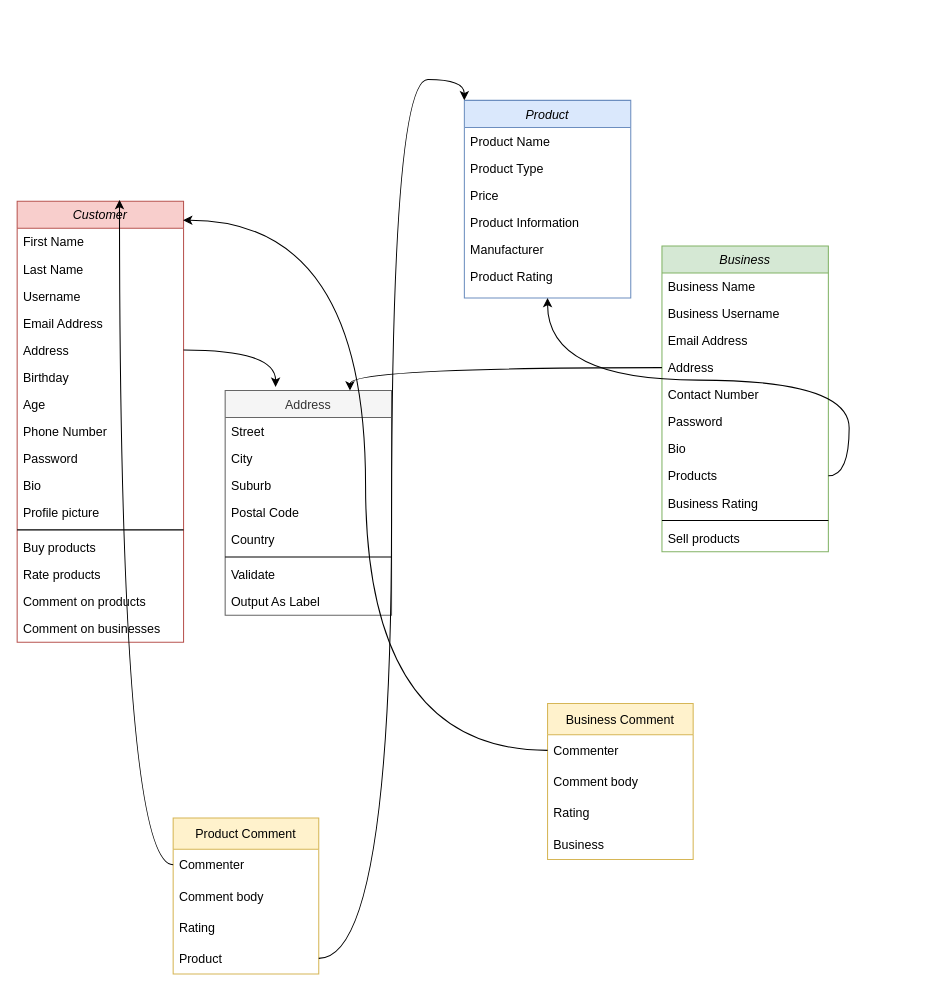
Before: DatabaseLayout.drawio in gdsc-uwc/gdsc_project, a draw.io diagram. Source tidied: cells renumbered, new cells numbered last; positions are measured from the earlier drawing's top-left corner, leaving out a move shared by most shapes. Both pictures are drawn from the tidied source at 104%, with x=0, y=0 at pixel (17, 100).
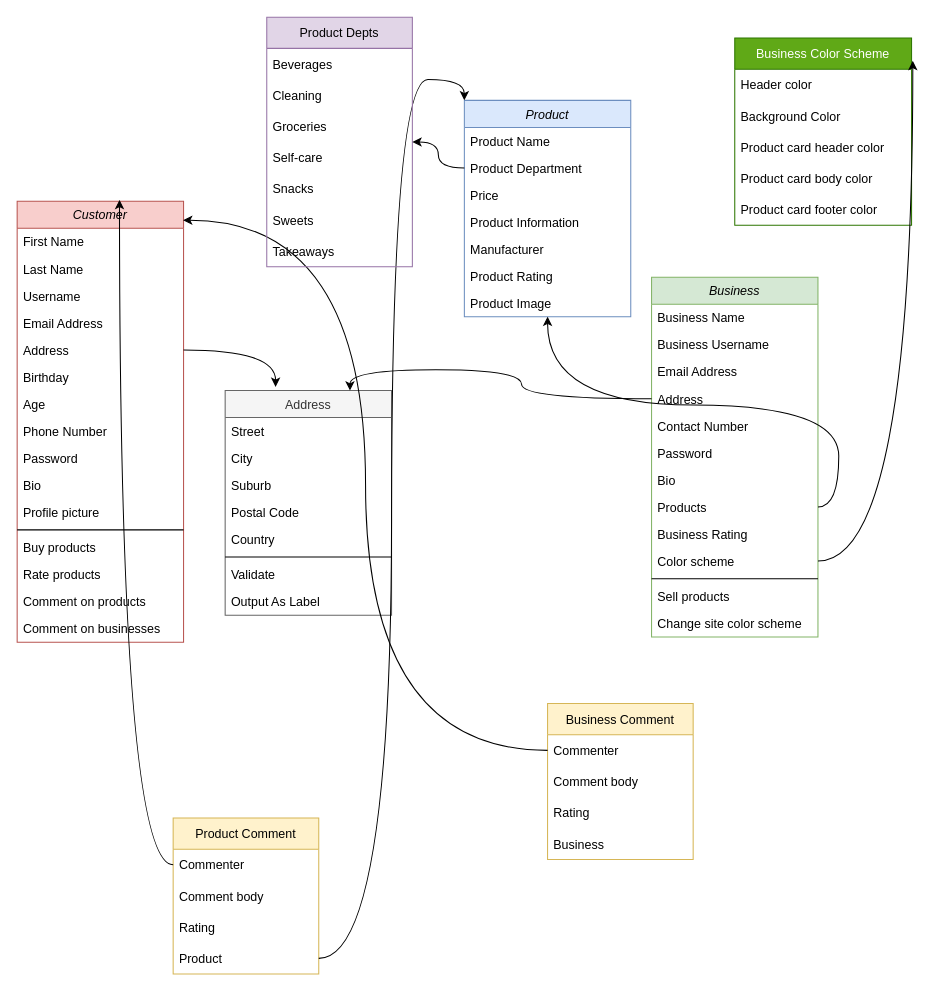
The same page after the edit.

Diff of the diagram source:
```diff
@@
     <mxCell id="19" value="Business" style="swimlane;fontStyle=2;align=center;verticalAlign=top;horizontal=1;startSize=26;rounded=0;shadow=0;strokeWidth=1;fillColor=#d5e8d4;strokeColor=#82b366;" parent="1" vertex="1">
-      <mxGeometry x="620" y="140" width="160" height="294" as="geometry" />
+      <mxGeometry x="610" y="170" width="160" height="346" as="geometry" />
     </mxCell>
@@
+    <mxCell id="63" value="Color scheme" style="text;align=left;verticalAlign=top;spacingLeft=4;spacingRight=4;overflow=hidden;points=[[0,0.5],[1,0.5]];portConstraint=eastwest;rounded=0;shadow=0;html=0;" parent="19" vertex="1">
+      <mxGeometry y="260" width="160" height="26" as="geometry" />
+    </mxCell>
     <mxCell id="29" style="line;html=1;strokeWidth=1;align=left;verticalAlign=middle;spacingTop=-1;spacingLeft=3;spacingRight=3;labelPosition=right;" parent="19" vertex="1">
-      <mxGeometry y="260" width="160" height="8" as="geometry" />
+      <mxGeometry y="286" width="160" height="8" as="geometry" />
     </mxCell>
     <mxCell id="30" value="Sell products" style="text;align=left;verticalAlign=top;spacingLeft=4;spacingRight=4;overflow=hidden;" parent="19" vertex="1">
-      <mxGeometry y="268" width="160" height="26" as="geometry" />
+      <mxGeometry y="294" width="160" height="26" as="geometry" />
     </mxCell>
+    <mxCell id="64" value="Change site color scheme" style="text;align=left;verticalAlign=top;spacingLeft=4;spacingRight=4;overflow=hidden;" parent="19" vertex="1">
+      <mxGeometry y="320" width="160" height="26" as="geometry" />
+    </mxCell>
     <mxCell id="31" value="Product" style="swimlane;fontStyle=2;align=center;verticalAlign=top;horizontal=1;startSize=26;rounded=0;shadow=0;strokeWidth=1;fillColor=#dae8fc;strokeColor=#6c8ebf;" parent="1" vertex="1">
-      <mxGeometry x="430" width="160" height="190" as="geometry" />
+      <mxGeometry x="430" width="160" height="208" as="geometry" />
     </mxCell>
@@
-    <mxCell id="33" value="Product Type" style="text;align=left;verticalAlign=top;spacingLeft=4;spacingRight=4;overflow=hidden;points=[[0,0.5],[1,0.5]];portConstraint=eastwest;rounded=0;shadow=0;html=0;" parent="31" vertex="1">
+    <mxCell id="33" value="Product Department" style="text;align=left;verticalAlign=top;spacingLeft=4;spacingRight=4;overflow=hidden;points=[[0,0.5],[1,0.5]];portConstraint=eastwest;rounded=0;shadow=0;html=0;" parent="31" vertex="1">
       <mxGeometry y="52" width="160" height="26" as="geometry" />
     </mxCell>
@@
+    <mxCell id="65" value="Product Image" style="text;align=left;verticalAlign=top;spacingLeft=4;spacingRight=4;overflow=hidden;rounded=0;shadow=0;html=0;" parent="31" vertex="1">
+      <mxGeometry y="182" width="160" height="26" as="geometry" />
+    </mxCell>
@@
+    <mxCell id="66" value="Product Depts" style="swimlane;fontStyle=0;horizontal=1;startSize=30;fillColor=#e1d5e7;strokeColor=#9673a6;" parent="1" vertex="1">
+      <mxGeometry x="240" y="-80" width="140" height="240" as="geometry" />
+    </mxCell>
+    <mxCell id="67" value="Beverages" style="text;strokeColor=none;fillColor=none;align=left;verticalAlign=middle;spacingLeft=4;spacingRight=4;overflow=hidden;" parent="66" vertex="1">
+      <mxGeometry y="30" width="140" height="30" as="geometry" />
+    </mxCell>
+    <mxCell id="68" value="Cleaning" style="text;strokeColor=none;fillColor=none;align=left;verticalAlign=middle;spacingLeft=4;spacingRight=4;overflow=hidden;" parent="66" vertex="1">
+      <mxGeometry y="60" width="140" height="30" as="geometry" />
+    </mxCell>
+    <mxCell id="69" value="Groceries" style="text;strokeColor=none;fillColor=none;align=left;verticalAlign=middle;spacingLeft=4;spacingRight=4;overflow=hidden;" parent="66" vertex="1">
+      <mxGeometry y="90" width="140" height="30" as="geometry" />
+    </mxCell>
+    <mxCell id="70" value="Self-care" style="text;strokeColor=none;fillColor=none;align=left;verticalAlign=middle;spacingLeft=4;spacingRight=4;overflow=hidden;" parent="66" vertex="1">
+      <mxGeometry y="120" width="140" height="30" as="geometry" />
+    </mxCell>
+    <mxCell id="71" value="Snacks" style="text;strokeColor=none;fillColor=none;align=left;verticalAlign=middle;spacingLeft=4;spacingRight=4;overflow=hidden;" parent="66" vertex="1">
+      <mxGeometry y="150" width="140" height="30" as="geometry" />
+    </mxCell>
+    <mxCell id="72" value="Sweets" style="text;strokeColor=none;fillColor=none;align=left;verticalAlign=middle;spacingLeft=4;spacingRight=4;overflow=hidden;" parent="66" vertex="1">
+      <mxGeometry y="180" width="140" height="30" as="geometry" />
+    </mxCell>
+    <mxCell id="73" value="Takeaways" style="text;strokeColor=none;fillColor=none;align=left;verticalAlign=middle;spacingLeft=4;spacingRight=4;overflow=hidden;" parent="66" vertex="1">
+      <mxGeometry y="210" width="140" height="30" as="geometry" />
+    </mxCell>
+    <mxCell id="74" style="edgeStyle=orthogonalEdgeStyle;rounded=0;jettySize=auto;html=1;exitX=0;exitY=0.5;exitDx=0;exitDy=0;entryX=1;entryY=0.5;entryDx=0;entryDy=0;curved=1;" parent="1" edge="1" source="33" target="66">
+      <mxGeometry relative="1" as="geometry" />
+    </mxCell>
+    <mxCell id="75" value="Business Color Scheme" style="swimlane;fontStyle=0;horizontal=1;startSize=30;fillColor=#60a917;fontColor=#ffffff;strokeColor=#2D7600;" parent="1" vertex="1">
+      <mxGeometry x="690" y="-60" width="170" height="180" as="geometry" />
+    </mxCell>
+    <mxCell id="76" value="Header color" style="text;strokeColor=none;fillColor=none;align=left;verticalAlign=middle;spacingLeft=4;spacingRight=4;overflow=hidden;" parent="75" vertex="1">
+      <mxGeometry y="30" width="170" height="30" as="geometry" />
+    </mxCell>
+    <mxCell id="77" value="Background Color" style="text;strokeColor=none;fillColor=none;align=left;verticalAlign=middle;spacingLeft=4;spacingRight=4;overflow=hidden;" parent="75" vertex="1">
+      <mxGeometry y="60" width="170" height="30" as="geometry" />
+    </mxCell>
+    <mxCell id="78" value="Product card header color" style="text;strokeColor=none;fillColor=none;align=left;verticalAlign=middle;spacingLeft=4;spacingRight=4;overflow=hidden;" parent="75" vertex="1">
+      <mxGeometry y="90" width="170" height="30" as="geometry" />
+    </mxCell>
+    <mxCell id="79" value="Product card body color" style="text;strokeColor=none;fillColor=none;align=left;verticalAlign=middle;spacingLeft=4;spacingRight=4;overflow=hidden;" parent="75" vertex="1">
+      <mxGeometry y="120" width="170" height="30" as="geometry" />
+    </mxCell>
+    <mxCell id="80" value="Product card footer color" style="text;strokeColor=none;fillColor=none;align=left;verticalAlign=middle;spacingLeft=4;spacingRight=4;overflow=hidden;" parent="75" vertex="1">
+      <mxGeometry y="150" width="170" height="30" as="geometry" />
+    </mxCell>
+    <mxCell id="81" style="edgeStyle=orthogonalEdgeStyle;curved=1;rounded=0;jettySize=auto;html=1;exitX=1;exitY=0.5;exitDx=0;exitDy=0;entryX=1.007;entryY=0.122;entryDx=0;entryDy=0;entryPerimeter=0;" parent="1" edge="1" source="63" target="75">
+      <mxGeometry relative="1" as="geometry" />
+    </mxCell>
```
